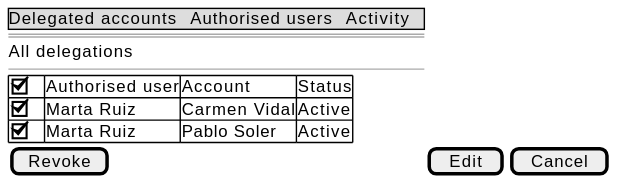
The PlantUML diagram docs/es/technical/requirements/use-cases/revokeDelegations/wireframes.svg in didactika/moodle-local_delegateaccount, before a commit. Its diagram source:
```plantuml
@startsalt
{
  {* Delegated accounts | Authorised users | Activity }
  ==
  All delegations
  --
  {#
    [X] | Authorised user | Account | Status
    [X] | Marta Ruiz | Carmen Vidal | Active
    [X] | Marta Ruiz | Pablo Soler | Active
  }
  [ Revoke ] | [ Edit ] | [ Cancel ]
}
@endsalt
```
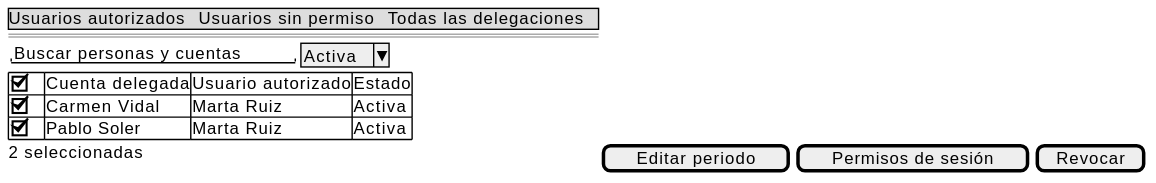
After the commit.

The edit, as a diff of the source:
```diff
@@ -1,14 +1,13 @@
 @startsalt
 {
-  {* Delegated accounts | Authorised users | Activity }
+  {* Usuarios autorizados | Usuarios sin permiso | Todas las delegaciones }
   ==
-  All delegations
-  --
+  { "Buscar personas y cuentas" | ^Activa^ }
   {#
-    [X] | Authorised user | Account | Status
-    [X] | Marta Ruiz | Carmen Vidal | Active
-    [X] | Marta Ruiz | Pablo Soler | Active
+    [X] | Cuenta delegada | Usuario autorizado | Estado
+    [X] | Carmen Vidal | Marta Ruiz | Activa
+    [X] | Pablo Soler | Marta Ruiz | Activa
   }
-  [ Revoke ] | [ Edit ] | [ Cancel ]
+  2 seleccionadas | [ Editar periodo ] | [ Permisos de sesión ] | [ Revocar ]
 }
 @endsalt
```
